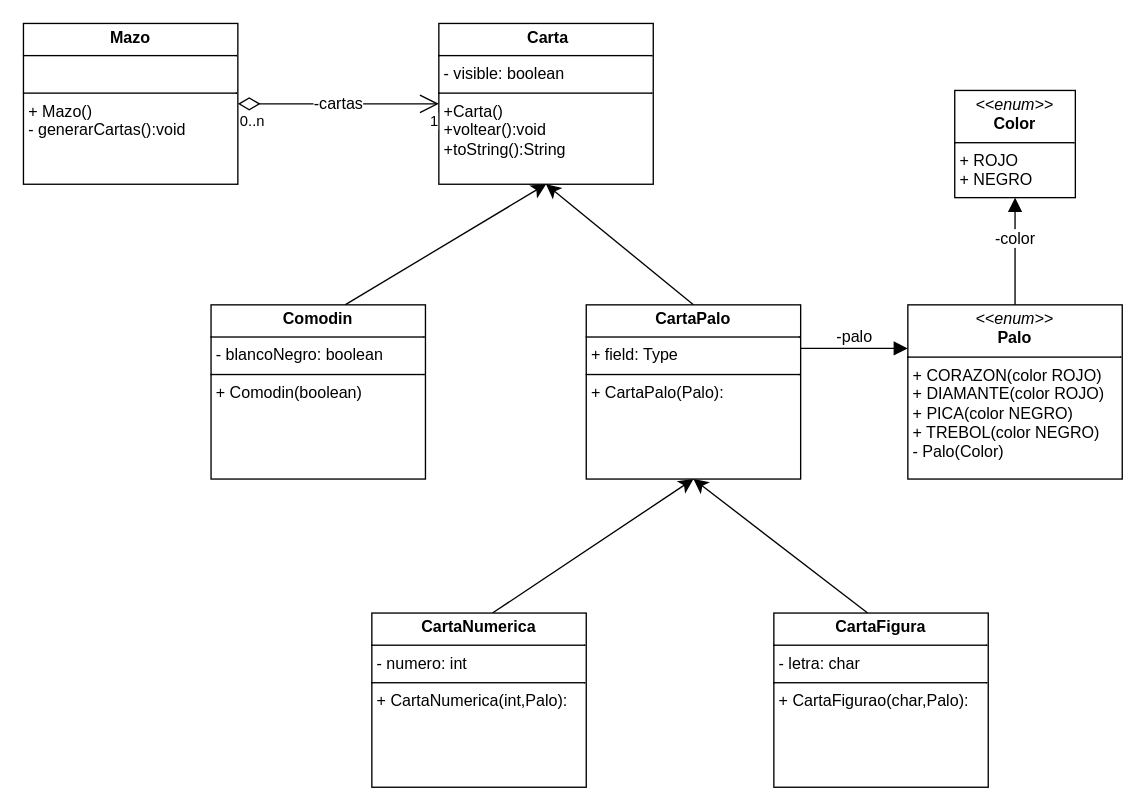
The draw.io diagram Diagrama sin título.drawio in LucasArd/Cartas321, before the edit. Source tidied: cells renumbered, new cells numbered last; positions are measured from the earlier drawing's top-left corner, leaving out a move shared by most shapes. Both pictures are drawn from the tidied source at 134%, with x=0, y=0 at pixel (23, 23).
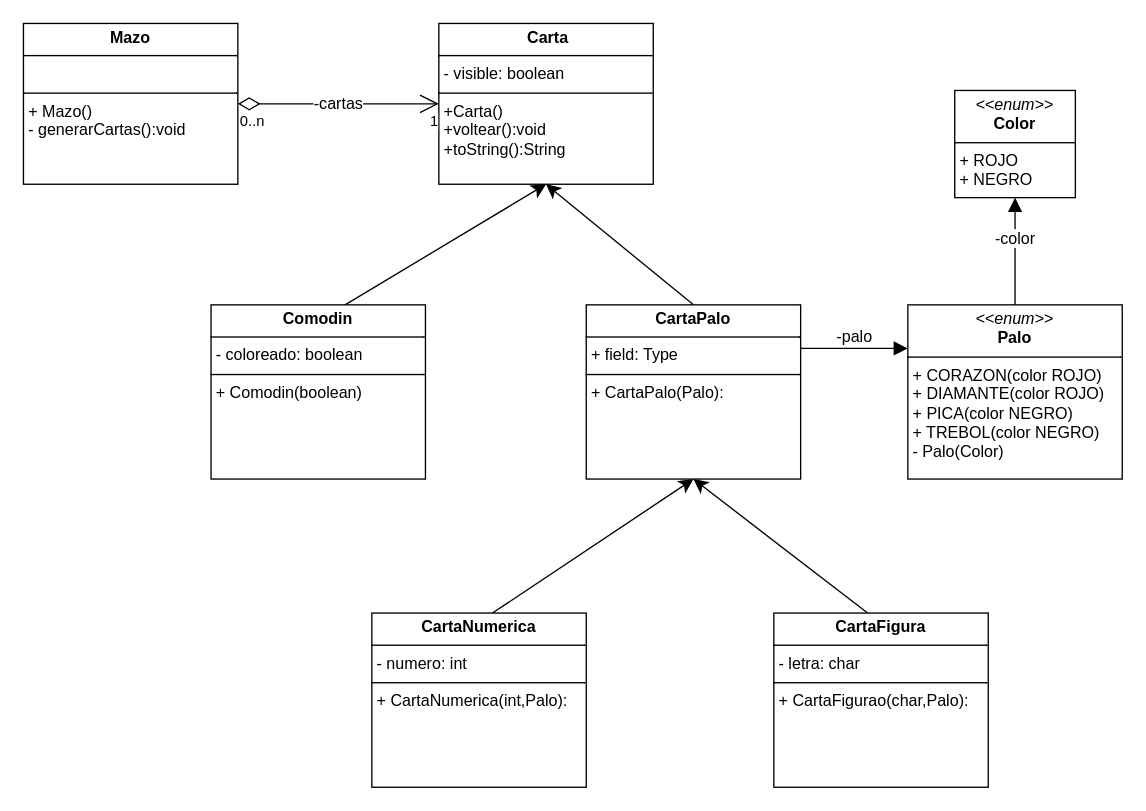
The same diagram, later.

Change to the diagram source:
```diff
@@
-    <mxCell id="19" value="&lt;p style=&quot;margin:0px;margin-top:4px;text-align:center;&quot;&gt;&lt;b&gt;Comodin&lt;/b&gt;&lt;/p&gt;&lt;hr size=&quot;1&quot; style=&quot;border-style:solid;&quot;&gt;&lt;p style=&quot;margin:0px;margin-left:4px;&quot;&gt;- blancoNegro: boolean&lt;/p&gt;&lt;hr size=&quot;1&quot; style=&quot;border-style:solid;&quot;&gt;&lt;p style=&quot;margin:0px;margin-left:4px;&quot;&gt;+ Comodin(boolean)&amp;nbsp;&lt;/p&gt;" style="verticalAlign=top;align=left;overflow=fill;html=1;whiteSpace=wrap;" parent="1" vertex="1">
+    <mxCell id="19" value="&lt;p style=&quot;margin:0px;margin-top:4px;text-align:center;&quot;&gt;&lt;b&gt;Comodin&lt;/b&gt;&lt;/p&gt;&lt;hr size=&quot;1&quot; style=&quot;border-style:solid;&quot;&gt;&lt;p style=&quot;margin:0px;margin-left:4px;&quot;&gt;- coloreado: boolean&lt;/p&gt;&lt;hr size=&quot;1&quot; style=&quot;border-style:solid;&quot;&gt;&lt;p style=&quot;margin:0px;margin-left:4px;&quot;&gt;+ Comodin(boolean)&amp;nbsp;&lt;/p&gt;" style="verticalAlign=top;align=left;overflow=fill;html=1;whiteSpace=wrap;" parent="1" vertex="1">
       <mxGeometry x="140" y="210" width="160" height="130" as="geometry" />
     </mxCell>
```
